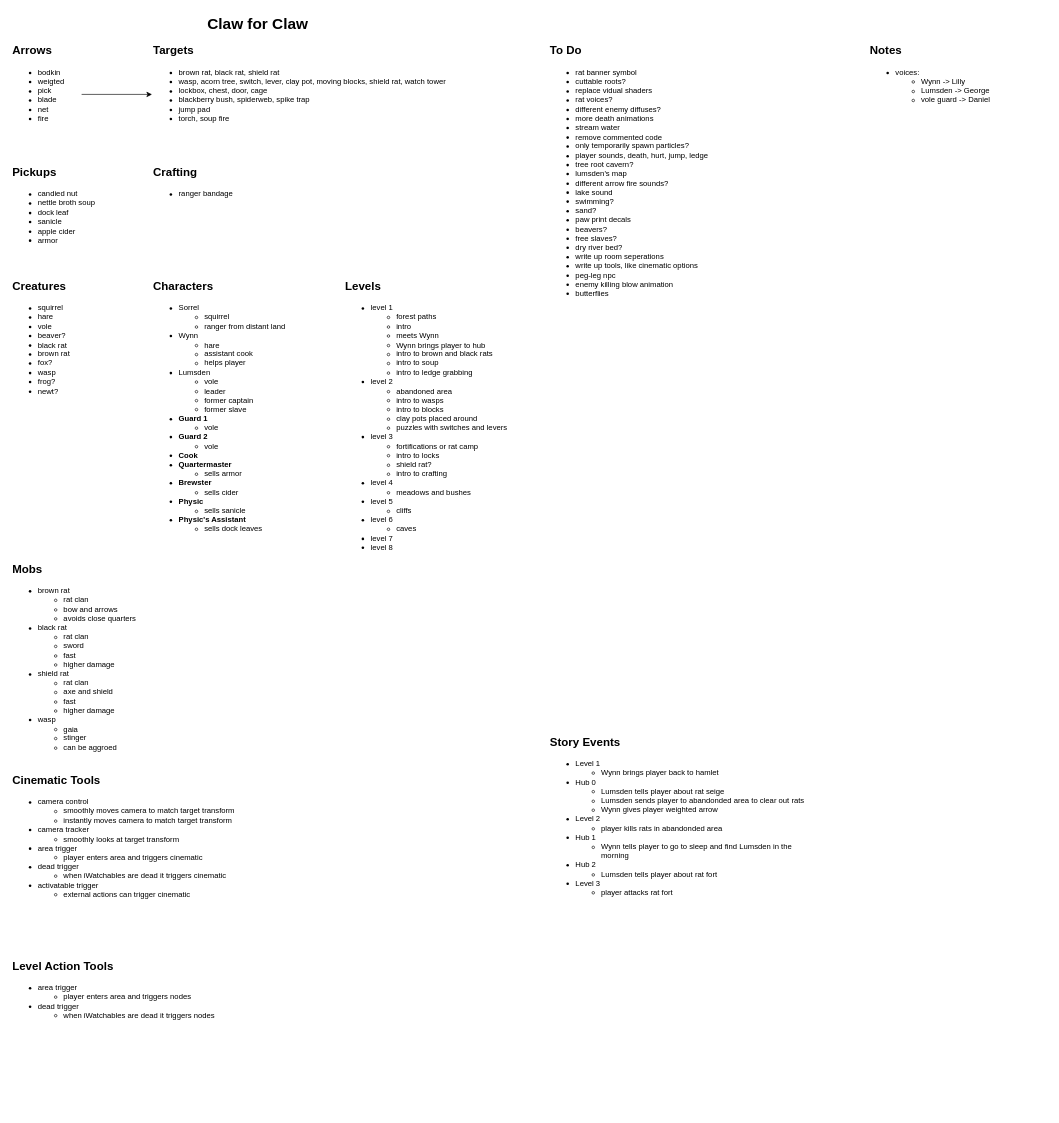
camerondedore/Godot-Project-3 keeps this draw.io diagram as Planning/design-doc.drawio. Above is the earlier version. Source tidied: cells renumbered, new cells numbered last; positions are measured from the earlier drawing's top-left corner, leaving out a move shared by most shapes. Both pictures are drawn from the tidied source at 64%, with x=0, y=0 at pixel (11, 11).
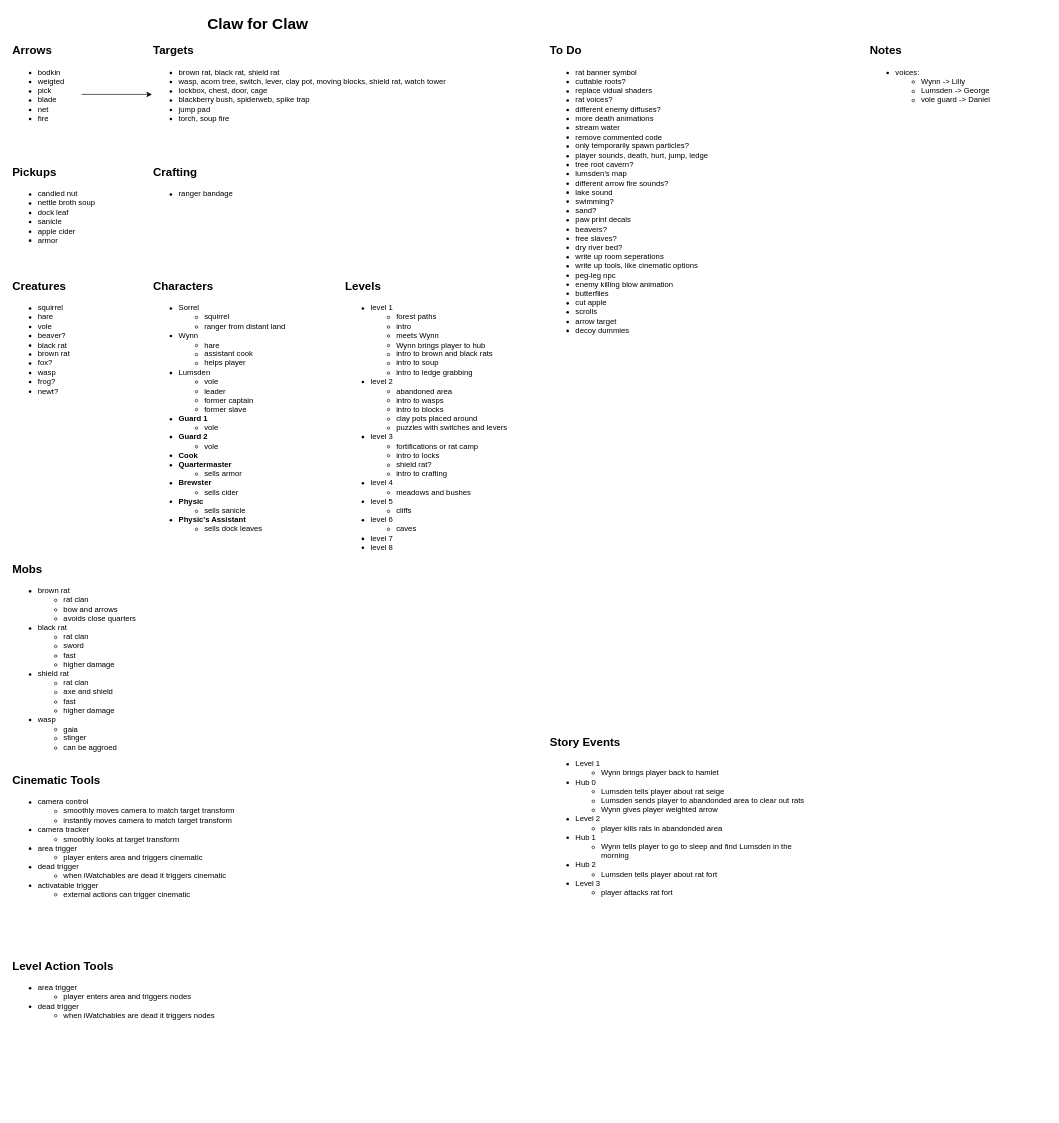
The same page after the edit.

Diff of the diagram source:
```diff
@@
-    <mxCell id="19" value="&lt;ul&gt;&lt;li&gt;rat banner symbol&lt;/li&gt;&lt;li&gt;cuttable roots?&lt;/li&gt;&lt;li&gt;replace vidual shaders&lt;/li&gt;&lt;li&gt;rat voices?&lt;/li&gt;&lt;li&gt;different enemy diffuses?&lt;/li&gt;&lt;li&gt;more death animations&lt;/li&gt;&lt;li&gt;&lt;span style=&quot;background-color: transparent; color: light-dark(rgb(0, 0, 0), rgb(255, 255, 255));&quot;&gt;stream water&lt;/span&gt;&lt;br&gt;&lt;/li&gt;&lt;li&gt;remove commented code&lt;/li&gt;&lt;li&gt;only temporarily spawn particles?&lt;/li&gt;&lt;li&gt;player sounds, death, hurt, jump, ledge&lt;/li&gt;&lt;li&gt;tree root cavern?&lt;/li&gt;&lt;li&gt;lumsden's map&lt;/li&gt;&lt;li&gt;different arrow fire sounds?&lt;/li&gt;&lt;li&gt;lake sound&lt;/li&gt;&lt;li&gt;swimming?&lt;/li&gt;&lt;li&gt;sand?&lt;/li&gt;&lt;li&gt;paw print decals&lt;/li&gt;&lt;li&gt;beavers?&lt;/li&gt;&lt;li&gt;free slaves?&lt;/li&gt;&lt;li&gt;dry river bed?&lt;/li&gt;&lt;li&gt;write up room seperations&lt;/li&gt;&lt;li&gt;write up tools, like cinematic options&lt;/li&gt;&lt;li&gt;peg-leg npc&lt;/li&gt;&lt;li&gt;enemy killing blow animation&lt;/li&gt;&lt;li&gt;butterflies&lt;/li&gt;&lt;/ul&gt;" style="text;html=1;align=left;verticalAlign=top;whiteSpace=wrap;rounded=0;" parent="1" vertex="1">
+    <mxCell id="19" value="&lt;ul&gt;&lt;li&gt;rat banner symbol&lt;/li&gt;&lt;li&gt;cuttable roots?&lt;/li&gt;&lt;li&gt;replace vidual shaders&lt;/li&gt;&lt;li&gt;rat voices?&lt;/li&gt;&lt;li&gt;different enemy diffuses?&lt;/li&gt;&lt;li&gt;more death animations&lt;/li&gt;&lt;li&gt;&lt;span style=&quot;background-color: transparent; color: light-dark(rgb(0, 0, 0), rgb(255, 255, 255));&quot;&gt;stream water&lt;/span&gt;&lt;br&gt;&lt;/li&gt;&lt;li&gt;remove commented code&lt;/li&gt;&lt;li&gt;only temporarily spawn particles?&lt;/li&gt;&lt;li&gt;player sounds, death, hurt, jump, ledge&lt;/li&gt;&lt;li&gt;tree root cavern?&lt;/li&gt;&lt;li&gt;lumsden's map&lt;/li&gt;&lt;li&gt;different arrow fire sounds?&lt;/li&gt;&lt;li&gt;lake sound&lt;/li&gt;&lt;li&gt;swimming?&lt;/li&gt;&lt;li&gt;sand?&lt;/li&gt;&lt;li&gt;paw print decals&lt;/li&gt;&lt;li&gt;beavers?&lt;/li&gt;&lt;li&gt;free slaves?&lt;/li&gt;&lt;li&gt;dry river bed?&lt;/li&gt;&lt;li&gt;write up room seperations&lt;/li&gt;&lt;li&gt;write up tools, like cinematic options&lt;/li&gt;&lt;li&gt;peg-leg npc&lt;/li&gt;&lt;li&gt;enemy killing blow animation&lt;/li&gt;&lt;li&gt;butterflies&lt;/li&gt;&lt;li&gt;cut apple&lt;/li&gt;&lt;li&gt;scrolls&lt;/li&gt;&lt;li&gt;arrow target&lt;/li&gt;&lt;li&gt;decoy dummies&lt;/li&gt;&lt;/ul&gt;" style="text;html=1;align=left;verticalAlign=top;whiteSpace=wrap;rounded=0;" parent="1" vertex="1">
       <mxGeometry x="840" y="70" width="280" height="440" as="geometry" />
     </mxCell>
```
